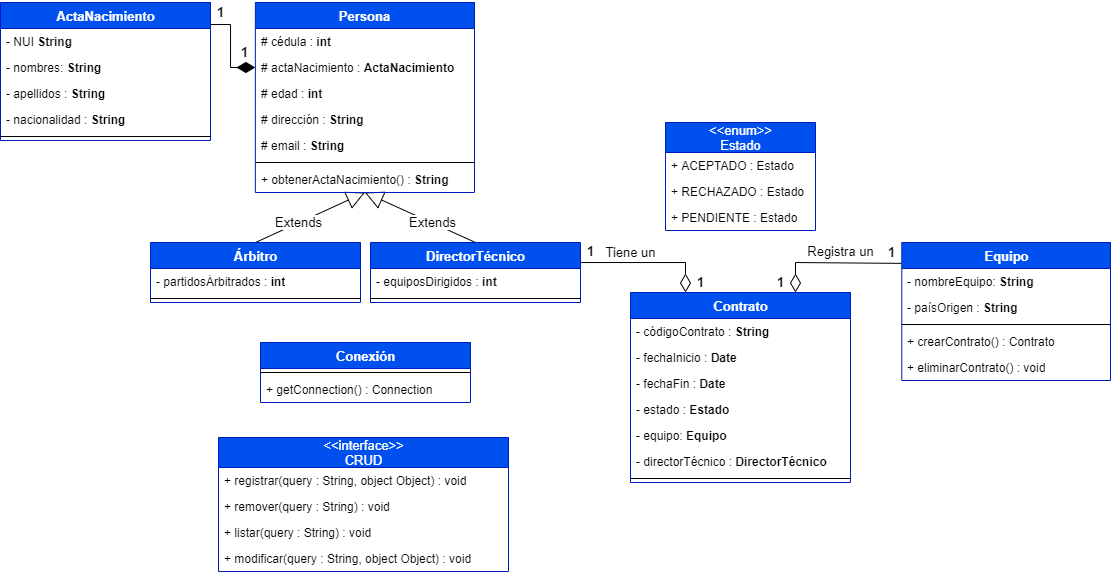
Earlier version of the draw.io export Diagrama de Clases/Diagramas.png (Rystron2007/Construccion). Source tidied: cells renumbered, new cells last; positions are measured from the earlier drawing's top-left corner, leaving out a move shared by most shapes.
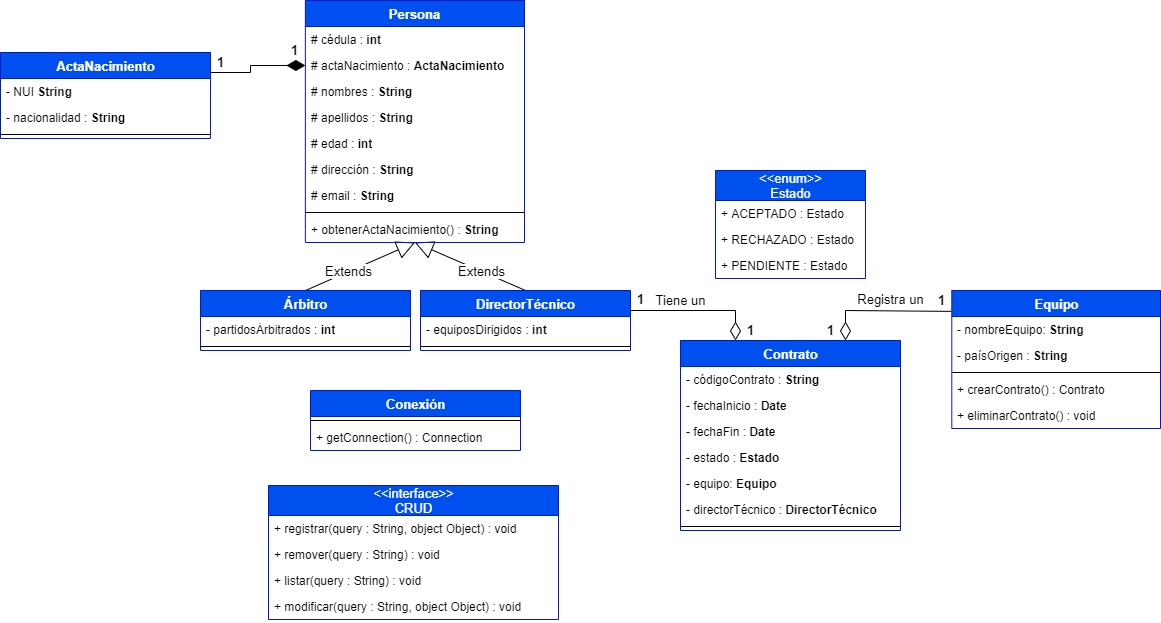
Later version of the same file.

Diff of the diagram source:
```diff
@@ -8,33 +8,28 @@
     <mxCell id="3" style="endArrow=none;html=1;endSize=12;startArrow=diamondThin;startSize=16;startFill=1;edgeStyle=orthogonalEdgeStyle;align=left;verticalAlign=bottom;fontSize=13;exitX=0;exitY=0.5;exitDx=0;exitDy=0;entryX=1;entryY=0.133;entryDx=0;entryDy=0;endFill=0;rounded=0;entryPerimeter=0;" parent="1" edge="1" source="16" target="5">
       <mxGeometry x="-1" y="3" relative="1" as="geometry">
         <Array as="points">
-          <mxPoint x="230" y="65" />
-          <mxPoint x="230" y="22" />
+          <mxPoint x="200" y="15" />
+          <mxPoint x="200" y="22" />
           <mxPoint x="150" y="22" />
           <mxPoint x="150" y="15" />
+          <mxPoint x="160" y="15" />
         </Array>
       </mxGeometry>
     </mxCell>
     <mxCell id="4" style="group;" parent="1" vertex="1">
-      <mxGeometry width="230" height="86" as="geometry" />
+      <mxGeometry x="-50" y="2" width="230" height="86" as="geometry" />
     </mxCell>
     <mxCell id="5" value="ActaNacimiento" style="swimlane;fontStyle=1;align=center;verticalAlign=top;horizontal=1;startSize=26;fontSize=13;fillColor=#0050ef;strokeColor=#001DBC;fontColor=#ffffff;html=1;" parent="4" vertex="1">
-      <mxGeometry width="210" height="138" as="geometry" />
+      <mxGeometry width="210" height="86" as="geometry" />
     </mxCell>
     <mxCell id="6" value="- NUI&amp;nbsp;&lt;b&gt;String&lt;/b&gt;" style="text;strokeColor=none;fillColor=none;align=left;verticalAlign=top;spacingLeft=4;spacingRight=4;overflow=hidden;html=1;" parent="5" vertex="1">
       <mxGeometry y="26" width="210" height="26" as="geometry" />
     </mxCell>
-    <mxCell id="7" value="- nombres:&amp;nbsp;&lt;b&gt;String&lt;/b&gt;" style="text;strokeColor=none;fillColor=none;align=left;verticalAlign=top;spacingLeft=4;spacingRight=4;overflow=hidden;html=1;" parent="5" vertex="1">
-      <mxGeometry y="52" width="210" height="26" as="geometry" />
-    </mxCell>
-    <mxCell id="8" value="- apellidos :&amp;nbsp;&lt;b&gt;String&lt;/b&gt;" style="text;strokeColor=none;fillColor=none;align=left;verticalAlign=top;spacingLeft=4;spacingRight=4;overflow=hidden;html=1;" parent="5" vertex="1">
-      <mxGeometry y="78" width="210" height="26" as="geometry" />
-    </mxCell>
     <mxCell id="9" value="- nacionalidad :&amp;nbsp;&lt;b&gt;String&lt;/b&gt;" style="text;strokeColor=none;fillColor=none;align=left;verticalAlign=top;spacingLeft=4;spacingRight=4;overflow=hidden;html=1;" parent="5" vertex="1">
-      <mxGeometry y="104" width="210" height="26" as="geometry" />
+      <mxGeometry y="52" width="210" height="26" as="geometry" />
     </mxCell>
     <mxCell id="10" style="line;strokeWidth=1;fillColor=none;align=left;verticalAlign=middle;spacingTop=-1;spacingLeft=3;spacingRight=3;labelPosition=right;" parent="5" vertex="1">
-      <mxGeometry y="130" width="210" height="8" as="geometry" />
+      <mxGeometry y="78" width="210" height="8" as="geometry" />
     </mxCell>
     <mxCell id="11" value="&lt;b&gt;1&lt;/b&gt;" style="text;html=1;align=center;verticalAlign=middle;fontSize=13;" parent="4" vertex="1">
       <mxGeometry x="210" width="20" height="20" as="geometry" />
@@ -43,10 +38,10 @@
       <mxGeometry x="-0.21" relative="1" as="geometry" />
     </mxCell>
     <mxCell id="13" style="group;" parent="1" vertex="1">
-      <mxGeometry x="234" width="240" height="190" as="geometry" />
+      <mxGeometry x="234" y="-50" width="240" height="190" as="geometry" />
     </mxCell>
     <mxCell id="14" value="Persona" style="swimlane;fontStyle=1;align=center;verticalAlign=top;horizontal=1;startSize=26;fontSize=13;fillColor=#0050ef;strokeColor=#001DBC;fontColor=#ffffff;html=1;" parent="13" vertex="1">
-      <mxGeometry x="20.9" width="219.1" height="190" as="geometry" />
+      <mxGeometry x="20.9" width="219.1" height="242" as="geometry" />
     </mxCell>
     <mxCell id="15" value="# cédula :&amp;nbsp;&lt;b&gt;int&lt;/b&gt;" style="text;strokeColor=none;fillColor=none;align=left;verticalAlign=top;spacingLeft=4;spacingRight=4;overflow=hidden;html=1;" parent="14" vertex="1">
       <mxGeometry y="26" width="219.1" height="26" as="geometry" />
@@ -54,20 +49,26 @@
     <mxCell id="16" value="# actaNacimiento : &lt;b&gt;ActaNacimiento&lt;/b&gt;" style="text;strokeColor=none;fillColor=none;align=left;verticalAlign=top;spacingLeft=4;spacingRight=4;overflow=hidden;points=[[0,0.5],[1,0.5]];portConstraint=eastwest;html=1;" parent="14" vertex="1">
       <mxGeometry y="52" width="219.1" height="26" as="geometry" />
     </mxCell>
+    <mxCell id="65" value="# nombres :&amp;nbsp;&lt;b&gt;String&lt;/b&gt;" style="text;strokeColor=none;fillColor=none;align=left;verticalAlign=top;spacingLeft=4;spacingRight=4;overflow=hidden;html=1;" parent="14" vertex="1">
+      <mxGeometry y="78" width="219.1" height="26" as="geometry" />
+    </mxCell>
+    <mxCell id="66" value="# apellidos :&amp;nbsp;&lt;b&gt;String&lt;/b&gt;" style="text;strokeColor=none;fillColor=none;align=left;verticalAlign=top;spacingLeft=4;spacingRight=4;overflow=hidden;html=1;" parent="14" vertex="1">
+      <mxGeometry y="104" width="219.1" height="26" as="geometry" />
+    </mxCell>
     <mxCell id="17" value="# edad :&amp;nbsp;&lt;b&gt;int&lt;/b&gt;" style="text;strokeColor=none;fillColor=none;align=left;verticalAlign=top;spacingLeft=4;spacingRight=4;overflow=hidden;html=1;" parent="14" vertex="1">
-      <mxGeometry y="78" width="219.1" height="26" as="geometry" />
+      <mxGeometry y="130" width="219.1" height="26" as="geometry" />
     </mxCell>
     <mxCell id="18" value="# dirección :&amp;nbsp;&lt;b&gt;String&lt;/b&gt;" style="text;strokeColor=none;fillColor=none;align=left;verticalAlign=top;spacingLeft=4;spacingRight=4;overflow=hidden;html=1;" parent="14" vertex="1">
-      <mxGeometry y="104" width="219.1" height="26" as="geometry" />
+      <mxGeometry y="156" width="219.1" height="26" as="geometry" />
     </mxCell>
     <mxCell id="19" value="# email :&amp;nbsp;&lt;b&gt;String&lt;/b&gt;" style="text;strokeColor=none;fillColor=none;align=left;verticalAlign=top;spacingLeft=4;spacingRight=4;overflow=hidden;html=1;" parent="14" vertex="1">
-      <mxGeometry y="130" width="219.1" height="26" as="geometry" />
+      <mxGeometry y="182" width="219.1" height="26" as="geometry" />
     </mxCell>
     <mxCell id="20" style="line;strokeWidth=1;fillColor=none;align=left;verticalAlign=middle;spacingTop=-1;spacingLeft=3;spacingRight=3;labelPosition=right;" parent="14" vertex="1">
-      <mxGeometry y="156" width="219.1" height="8" as="geometry" />
+      <mxGeometry y="208" width="219.1" height="8" as="geometry" />
     </mxCell>
     <mxCell id="21" value="+ obtenerActaNacimiento() :&amp;nbsp;&lt;b&gt;String&lt;/b&gt;" style="text;strokeColor=none;fillColor=none;align=left;verticalAlign=top;spacingLeft=4;spacingRight=4;overflow=hidden;html=1;" parent="14" vertex="1">
-      <mxGeometry y="164" width="219.1" height="26" as="geometry" />
+      <mxGeometry y="216" width="219.1" height="26" as="geometry" />
     </mxCell>
     <mxCell id="22" value="1" style="text;html=1;align=center;verticalAlign=middle;fontSize=13;fontStyle=1;" parent="13" vertex="1">
       <mxGeometry y="40" width="20" height="20" as="geometry" />
```
